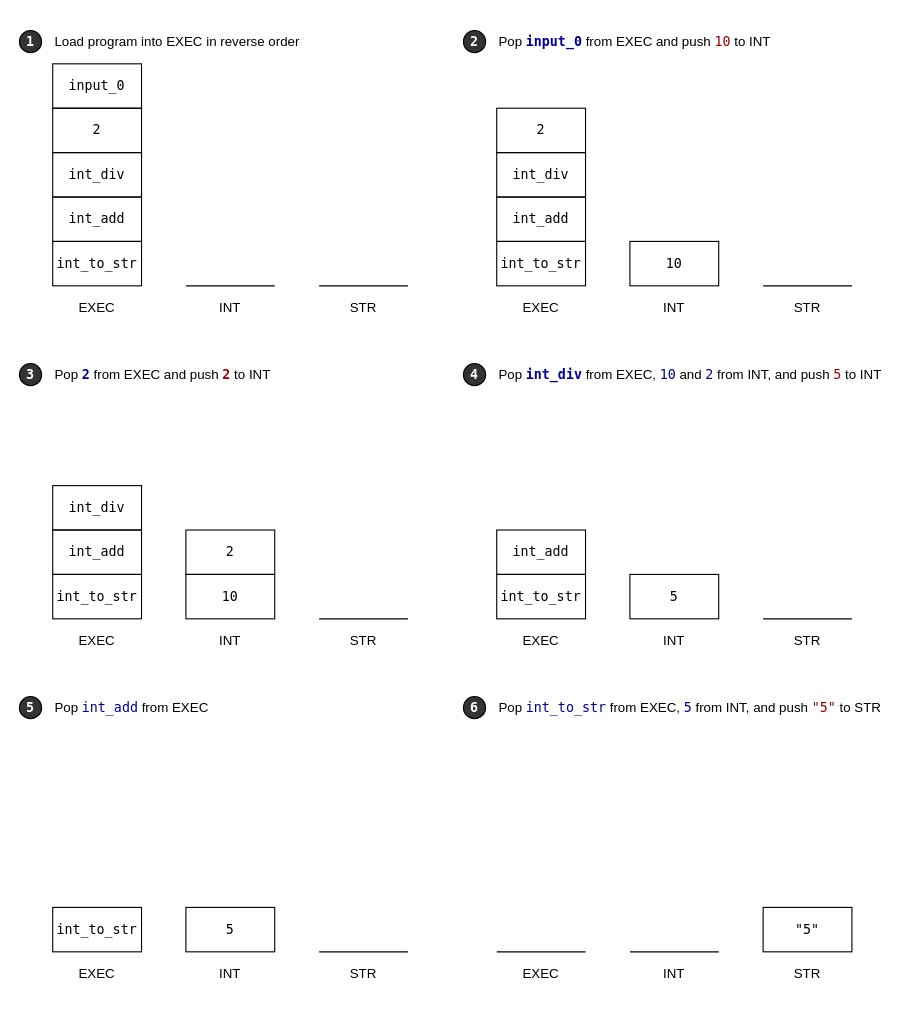
The draw.io diagram page "Push" (1 of 4) of tutorials/pushgp/illustration.drawio in Y1fanHE/y1fanhe.github.io, before the edit. Source tidied: cells renumbered, new cells numbered last; positions are measured from the earlier drawing's top-left corner, leaving out a move shared by most shapes. Both pictures are drawn from the tidied source at 111%, with x=0, y=0 at pixel (19, 19).
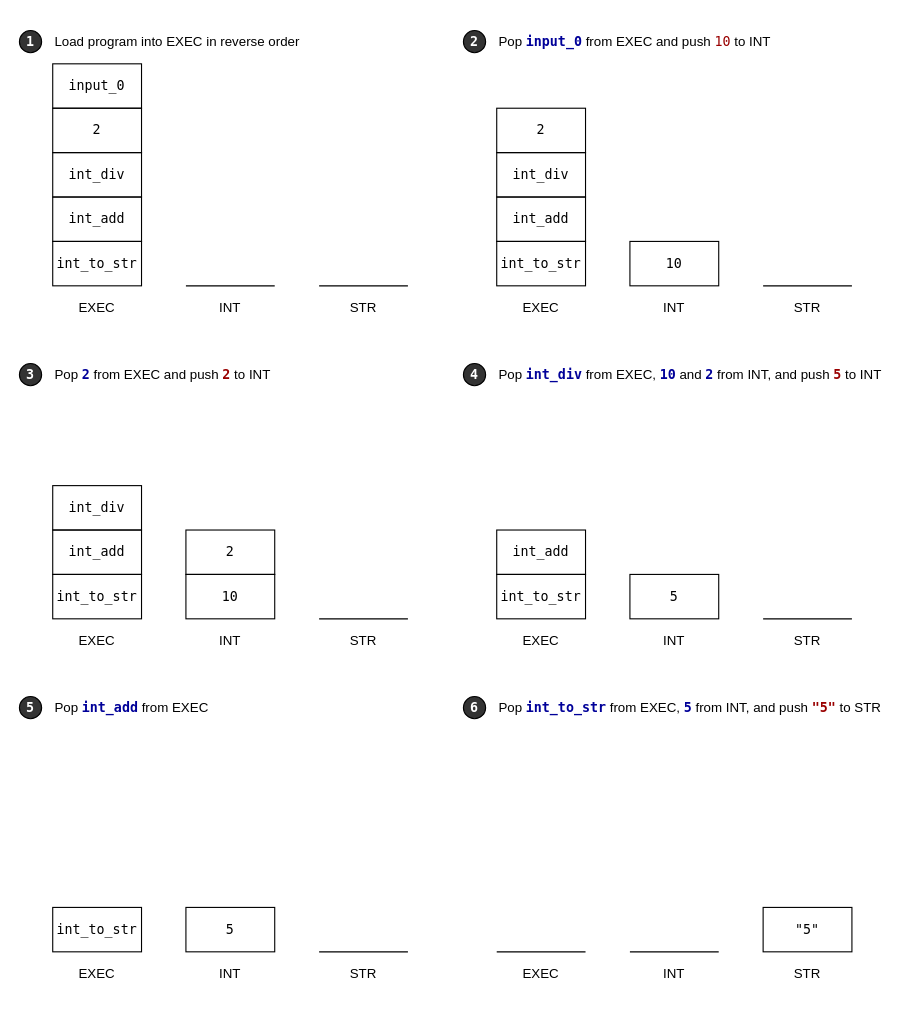
Above is the later version.

The edit, as a diff of the source:
```diff
@@
-    <mxCell id="58" value="Pop &lt;font color=&quot;#000099&quot; face=&quot;Lucida Console&quot;&gt;&lt;b&gt;int_div&lt;/b&gt;&lt;/font&gt;&amp;nbsp;from EXEC, &lt;font color=&quot;#000099&quot; face=&quot;Lucida Console&quot;&gt;10&lt;/font&gt; and &lt;font color=&quot;#000099&quot; face=&quot;Lucida Console&quot;&gt;2&lt;/font&gt; from INT, and push &lt;font color=&quot;#990000&quot; face=&quot;Lucida Console&quot;&gt;5&lt;/font&gt; to INT" style="text;html=1;strokeColor=none;fillColor=none;align=left;verticalAlign=middle;whiteSpace=wrap;rounded=0;fontFamily=Helvetica;fontColor=#000000;" parent="1" vertex="1">
+    <mxCell id="58" value="Pop &lt;font color=&quot;#000099&quot; face=&quot;Lucida Console&quot;&gt;&lt;b&gt;int_div&lt;/b&gt;&lt;/font&gt;&amp;nbsp;from EXEC, &lt;font color=&quot;#000099&quot; face=&quot;Lucida Console&quot;&gt;&lt;b&gt;10&lt;/b&gt;&lt;/font&gt; and &lt;font color=&quot;#000099&quot; face=&quot;Lucida Console&quot;&gt;&lt;b&gt;2&lt;/b&gt;&lt;/font&gt; from INT, and push &lt;font color=&quot;#990000&quot; face=&quot;Lucida Console&quot;&gt;&lt;b&gt;5&lt;/b&gt;&lt;/font&gt; to INT" style="text;html=1;strokeColor=none;fillColor=none;align=left;verticalAlign=middle;whiteSpace=wrap;rounded=0;fontFamily=Helvetica;fontColor=#000000;" parent="1" vertex="1">
       <mxGeometry x="430" y="300" width="360" height="40" as="geometry" />
     </mxCell>
-    <mxCell id="59" value="Pop &lt;font color=&quot;#000099&quot; face=&quot;Lucida Console&quot;&gt;int_add&lt;/font&gt;&amp;nbsp;from EXEC" style="text;html=1;strokeColor=none;fillColor=none;align=left;verticalAlign=middle;whiteSpace=wrap;rounded=0;fontFamily=Helvetica;fontColor=#000000;" parent="1" vertex="1">
+    <mxCell id="59" value="Pop &lt;font color=&quot;#000099&quot; face=&quot;Lucida Console&quot;&gt;&lt;b&gt;int_add&lt;/b&gt;&lt;/font&gt;&amp;nbsp;from EXEC" style="text;html=1;strokeColor=none;fillColor=none;align=left;verticalAlign=middle;whiteSpace=wrap;rounded=0;fontFamily=Helvetica;fontColor=#000000;" parent="1" vertex="1">
       <mxGeometry x="30" y="600" width="360" height="40" as="geometry" />
     </mxCell>
-    <mxCell id="60" value="Pop &lt;font color=&quot;#000099&quot; face=&quot;Lucida Console&quot;&gt;int_to_str&lt;/font&gt; from EXEC, &lt;font color=&quot;#000099&quot; face=&quot;Lucida Console&quot;&gt;5&lt;/font&gt; from INT, and push &lt;font color=&quot;#990000&quot; face=&quot;Lucida Console&quot;&gt;&quot;5&quot;&lt;/font&gt; to STR" style="text;html=1;strokeColor=none;fillColor=none;align=left;verticalAlign=middle;whiteSpace=wrap;rounded=0;fontFamily=Helvetica;fontColor=#000000;" parent="1" vertex="1">
+    <mxCell id="60" value="Pop &lt;font color=&quot;#000099&quot; face=&quot;Lucida Console&quot;&gt;&lt;b&gt;int_to_str&lt;/b&gt;&lt;/font&gt; from EXEC, &lt;font color=&quot;#000099&quot; face=&quot;Lucida Console&quot;&gt;&lt;b&gt;5&lt;/b&gt;&lt;/font&gt; from INT, and push &lt;font color=&quot;#990000&quot; face=&quot;Lucida Console&quot;&gt;&lt;b&gt;&quot;5&quot;&lt;/b&gt;&lt;/font&gt; to STR" style="text;html=1;strokeColor=none;fillColor=none;align=left;verticalAlign=middle;whiteSpace=wrap;rounded=0;fontFamily=Helvetica;fontColor=#000000;" parent="1" vertex="1">
       <mxGeometry x="430" y="600" width="360" height="40" as="geometry" />
     </mxCell>
```
